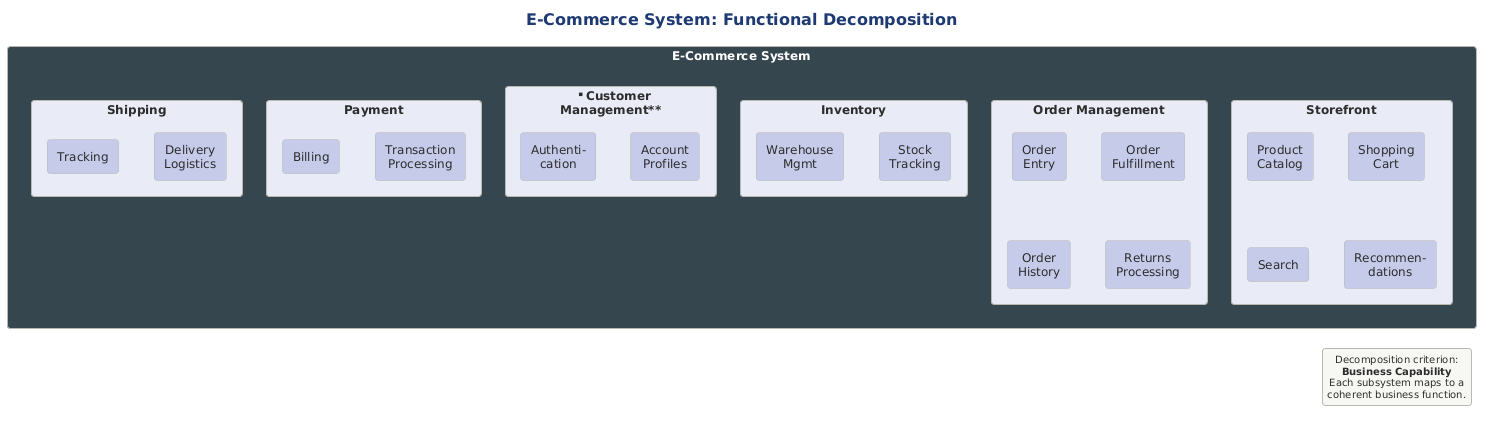
Earlier version of the PlantUML export src/architecture/views-and-beyond/style-catalogs/module/decomposition-style/png/06-ecommerce-example.png (Notoriousjayy/latex-docs). Its diagram source:
```plantuml
@startuml 06-ecommerce-example
!include ../../../../../../tooling/styles/plantuml/structural/component-diagram-style.iuml


title E-Commerce System: Functional Decomposition

rectangle "**E-Commerce System**" as root #37474F;text:white {

  rectangle "**Storefront**" as sf #E8EAF6 {
    rectangle "Product\nCatalog" as sf1 #C5CAE9
    rectangle "Shopping\nCart" as sf2 #C5CAE9
    rectangle "Search" as sf3 #C5CAE9
    rectangle "Recommen-\ndations" as sf4 #C5CAE9
  }

  rectangle "**Order Management**" as om #E8EAF6 {
    rectangle "Order\nEntry" as om1 #C5CAE9
    rectangle "Order\nFulfillment" as om2 #C5CAE9
    rectangle "Order\nHistory" as om3 #C5CAE9
    rectangle "Returns\nProcessing" as om4 #C5CAE9
  }

  rectangle "**Inventory**" as inv #E8EAF6 {
    rectangle "Stock\nTracking" as inv1 #C5CAE9
    rectangle "Warehouse\nMgmt" as inv2 #C5CAE9
  }

  rectangle "**Customer\nManagement**" as cm #E8EAF6 {
    rectangle "Account\nProfiles" as cm1 #C5CAE9
    rectangle "Authenti-\ncation" as cm2 #C5CAE9
  }

  rectangle "**Payment**" as pay #E8EAF6 {
    rectangle "Transaction\nProcessing" as pay1 #C5CAE9
    rectangle "Billing" as pay2 #C5CAE9
  }

  rectangle "**Shipping**" as ship #E8EAF6 {
    rectangle "Delivery\nLogistics" as ship1 #C5CAE9
    rectangle "Tracking" as ship2 #C5CAE9
  }

}

legend right
  Decomposition criterion:
  **Business Capability**
  Each subsystem maps to a
  coherent business function.
end legend

@enduml
```
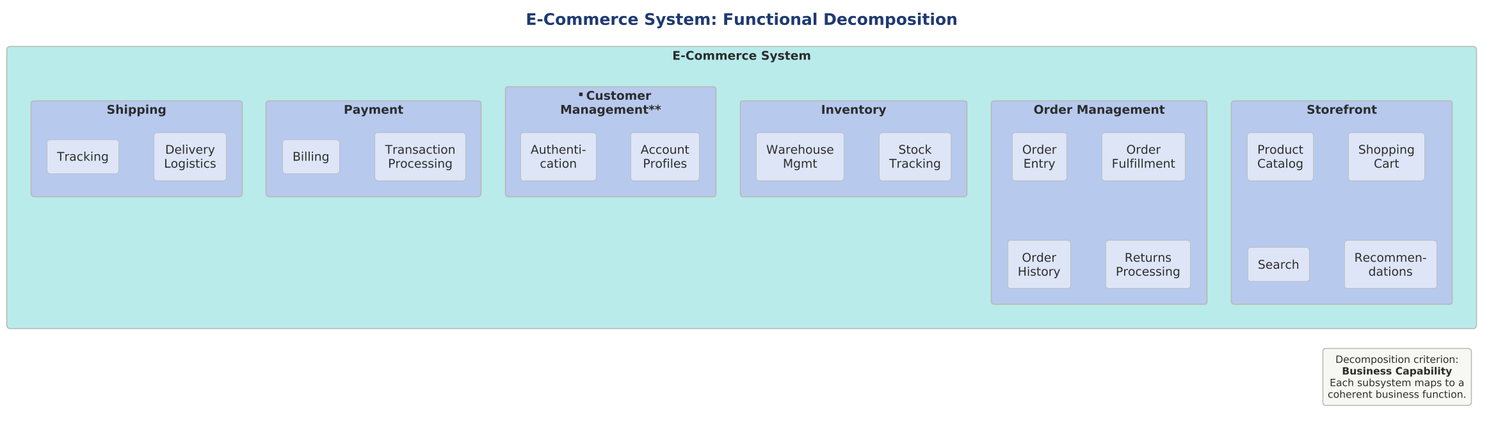
The same diagram one commit later.

Diff of the diagram source:
```diff
@@ -1,43 +1,47 @@
 @startuml 06-ecommerce-example
+
+skinparam dpi 150
+
+
+
 !include ../../../../../../tooling/styles/plantuml/structural/component-diagram-style.iuml
-
 
 title E-Commerce System: Functional Decomposition
 
-rectangle "**E-Commerce System**" as root #37474F;text:white {
+rectangle "**E-Commerce System**" as root $deep_dynamic {
 
-  rectangle "**Storefront**" as sf #E8EAF6 {
-    rectangle "Product\nCatalog" as sf1 #C5CAE9
-    rectangle "Shopping\nCart" as sf2 #C5CAE9
-    rectangle "Search" as sf3 #C5CAE9
-    rectangle "Recommen-\ndations" as sf4 #C5CAE9
+  rectangle "**Storefront**" as sf $deep_primary {
+    rectangle "Product\nCatalog" as sf1 $fill_primary
+    rectangle "Shopping\nCart" as sf2 $fill_primary
+    rectangle "Search" as sf3 $fill_primary
+    rectangle "Recommen-\ndations" as sf4 $fill_primary
   }
 
-  rectangle "**Order Management**" as om #E8EAF6 {
-    rectangle "Order\nEntry" as om1 #C5CAE9
-    rectangle "Order\nFulfillment" as om2 #C5CAE9
-    rectangle "Order\nHistory" as om3 #C5CAE9
-    rectangle "Returns\nProcessing" as om4 #C5CAE9
+  rectangle "**Order Management**" as om $deep_primary {
+    rectangle "Order\nEntry" as om1 $fill_primary
+    rectangle "Order\nFulfillment" as om2 $fill_primary
+    rectangle "Order\nHistory" as om3 $fill_primary
+    rectangle "Returns\nProcessing" as om4 $fill_primary
   }
 
-  rectangle "**Inventory**" as inv #E8EAF6 {
-    rectangle "Stock\nTracking" as inv1 #C5CAE9
-    rectangle "Warehouse\nMgmt" as inv2 #C5CAE9
+  rectangle "**Inventory**" as inv $deep_primary {
+    rectangle "Stock\nTracking" as inv1 $fill_primary
+    rectangle "Warehouse\nMgmt" as inv2 $fill_primary
   }
 
-  rectangle "**Customer\nManagement**" as cm #E8EAF6 {
-    rectangle "Account\nProfiles" as cm1 #C5CAE9
-    rectangle "Authenti-\ncation" as cm2 #C5CAE9
+  rectangle "**Customer\nManagement**" as cm $deep_primary {
+    rectangle "Account\nProfiles" as cm1 $fill_primary
+    rectangle "Authenti-\ncation" as cm2 $fill_primary
   }
 
-  rectangle "**Payment**" as pay #E8EAF6 {
-    rectangle "Transaction\nProcessing" as pay1 #C5CAE9
-    rectangle "Billing" as pay2 #C5CAE9
+  rectangle "**Payment**" as pay $deep_primary {
+    rectangle "Transaction\nProcessing" as pay1 $fill_primary
+    rectangle "Billing" as pay2 $fill_primary
   }
 
-  rectangle "**Shipping**" as ship #E8EAF6 {
-    rectangle "Delivery\nLogistics" as ship1 #C5CAE9
-    rectangle "Tracking" as ship2 #C5CAE9
+  rectangle "**Shipping**" as ship $deep_primary {
+    rectangle "Delivery\nLogistics" as ship1 $fill_primary
+    rectangle "Tracking" as ship2 $fill_primary
   }
 
 }
```
